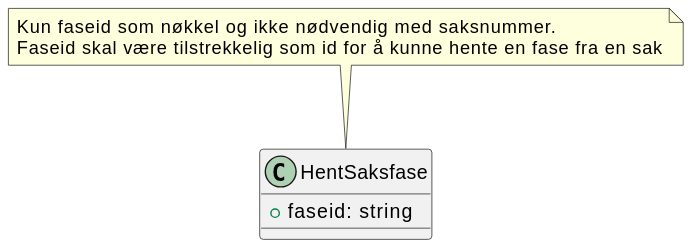
Above: Dokumentasjon/V1/ClassDiagrams/no.ks.fiks.saksfaser.v1.saksfase.hent/classdiagram.svg in ks-no/fiks-saksfaser-specification (PlantUML), before the change. The source it was exported from:
```plantuml
@startuml
class HentSaksfase {
    +faseid: string
}
note top of HentSaksfase : Kun faseid som nøkkel og ikke nødvendig med saksnummer.\nFaseid skal være tilstrekkelig som id for å kunne hente en fase fra en sak
@enduml
```
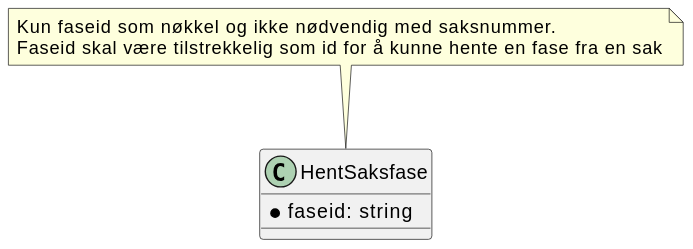
Later version of the same file.

What changed in the source:
```diff
@@ -1,6 +1,6 @@
 @startuml
 class HentSaksfase {
-    +faseid: string
+    *faseid: string
 }
 note top of HentSaksfase : Kun faseid som nøkkel og ikke nødvendig med saksnummer.\nFaseid skal være tilstrekkelig som id for å kunne hente en fase fra en sak
 @enduml
```
